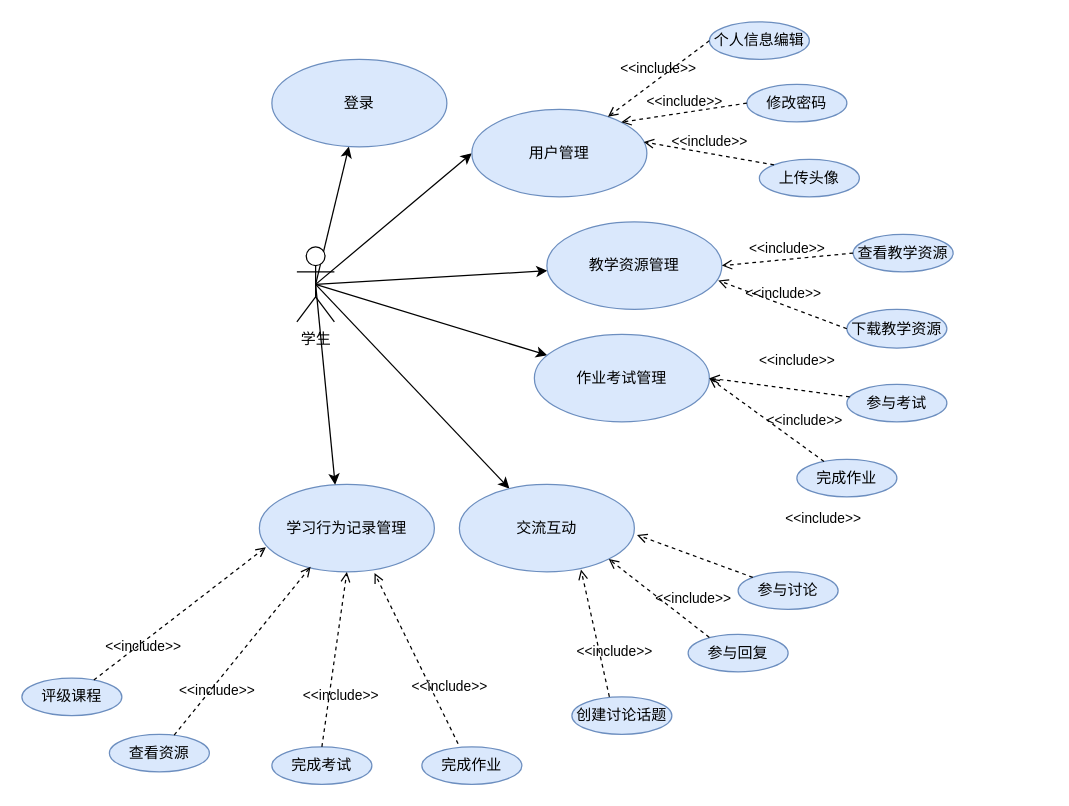
Earlier version of the draw.io diagram Untitled Diagram.drawio (ytrLove/text_repo). Source tidied: cells renumbered, new cells numbered last; positions are measured from the earlier drawing's top-left corner, leaving out a move shared by most shapes. Both pictures are drawn from the tidied source at 125%, with x=0, y=0 at pixel (21, 21).
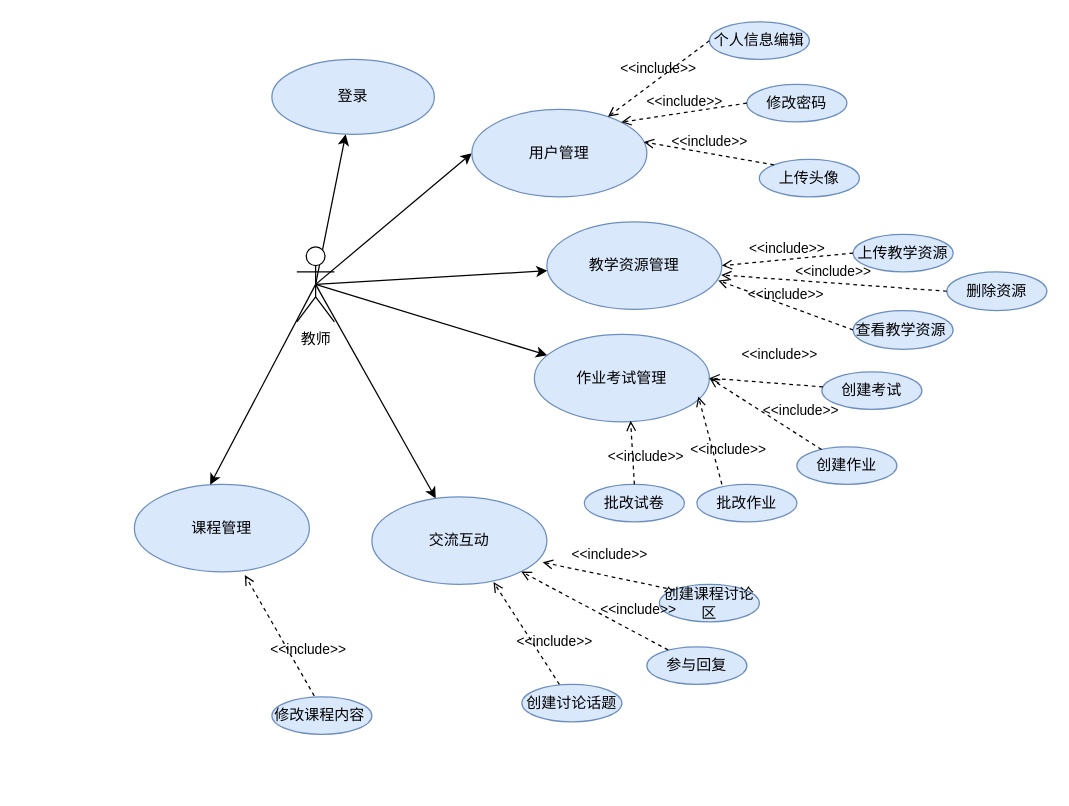
The same page after the edit.

Unchanged cells that the change refers to:
```xml
<mxCell id="10" value="教学资源管理" style="ellipse;whiteSpace=wrap;html=1;strokeColor=#6c8ebf;fillColor=#dae8fc;" parent="1" vertex="1">
  <mxGeometry x="420" y="160" width="140" height="70" as="geometry" />
</mxCell>
<mxCell id="11" value="作业考试管理" style="ellipse;whiteSpace=wrap;html=1;strokeColor=#6c8ebf;fillColor=#dae8fc;" parent="1" vertex="1">
  <mxGeometry x="410" y="250" width="140" height="70" as="geometry" />
</mxCell>
```

What changed in the source:
```diff
@@
-    <mxCell id="7" value="学生&lt;div&gt;&lt;br&gt;&lt;/div&gt;" style="shape=umlActor;verticalLabelPosition=bottom;verticalAlign=top;html=1;" parent="1" vertex="1">
+    <mxCell id="7" value="&lt;div&gt;教师&lt;/div&gt;" style="shape=umlActor;verticalLabelPosition=bottom;verticalAlign=top;html=1;" parent="1" vertex="1">
       <mxGeometry x="220" y="180" width="30" height="60" as="geometry" />
     </mxCell>
     <mxCell id="8" value="登录" style="ellipse;whiteSpace=wrap;html=1;fillColor=#dae8fc;strokeColor=#6c8ebf;" parent="1" vertex="1">
-      <mxGeometry x="200" y="30" width="140" height="70" as="geometry" />
+      <mxGeometry x="200" y="30" width="130" height="60" as="geometry" />
     </mxCell>
@@
     <mxCell id="12" value="交流互动" style="ellipse;whiteSpace=wrap;html=1;strokeColor=#6c8ebf;fillColor=#dae8fc;" parent="1" vertex="1">
-      <mxGeometry x="350" y="370" width="140" height="70" as="geometry" />
+      <mxGeometry x="280" y="380" width="140" height="70" as="geometry" />
     </mxCell>
-    <mxCell id="13" value="学习行为记录管理" style="ellipse;whiteSpace=wrap;html=1;strokeColor=#6c8ebf;fillColor=#dae8fc;" parent="1" vertex="1">
-      <mxGeometry x="190" y="370" width="140" height="70" as="geometry" />
+    <mxCell id="13" value="课程管理" style="ellipse;whiteSpace=wrap;html=1;strokeColor=#6c8ebf;fillColor=#dae8fc;" parent="1" vertex="1">
+      <mxGeometry x="90" y="370" width="140" height="70" as="geometry" />
     </mxCell>
@@
-    <mxCell id="22" value="查看教学资源" style="ellipse;whiteSpace=wrap;html=1;fillColor=#dae8fc;strokeColor=#6c8ebf;" parent="1" vertex="1">
+    <mxCell id="22" value="上传教学资源" style="ellipse;whiteSpace=wrap;html=1;fillColor=#dae8fc;strokeColor=#6c8ebf;" parent="1" vertex="1">
       <mxGeometry x="665" y="170" width="80" height="30" as="geometry" />
     </mxCell>
-    <mxCell id="23" value="下载教学资源" style="ellipse;whiteSpace=wrap;html=1;fillColor=#dae8fc;strokeColor=#6c8ebf;" parent="1" vertex="1">
-      <mxGeometry x="660" y="230" width="80" height="31" as="geometry" />
+    <mxCell id="23" value="&lt;div&gt;&lt;br&gt;&lt;/div&gt;查看教学资源&amp;nbsp; &amp;nbsp;&amp;nbsp;" style="ellipse;whiteSpace=wrap;html=1;fillColor=#dae8fc;strokeColor=#6c8ebf;" parent="1" vertex="1">
+      <mxGeometry x="665" y="231" width="80" height="31" as="geometry" />
     </mxCell>
-    <mxCell id="24" value="参与考试" style="ellipse;whiteSpace=wrap;html=1;strokeColor=#6c8ebf;fillColor=#dae8fc;" parent="1" vertex="1">
-      <mxGeometry x="660" y="290" width="80" height="30" as="geometry" />
+    <mxCell id="24" value="创建考试" style="ellipse;whiteSpace=wrap;html=1;strokeColor=#6c8ebf;fillColor=#dae8fc;" parent="1" vertex="1">
+      <mxGeometry x="640" y="280" width="80" height="30" as="geometry" />
     </mxCell>
@@
-    <mxCell id="27" value="完成作业" style="ellipse;whiteSpace=wrap;html=1;strokeColor=#6c8ebf;fillColor=#dae8fc;" parent="1" vertex="1">
-      <mxGeometry x="620" y="350" width="80" height="30" as="geometry" />
+    <mxCell id="27" value="创建作业" style="ellipse;whiteSpace=wrap;html=1;strokeColor=#6c8ebf;fillColor=#dae8fc;" parent="1" vertex="1">
+      <mxGeometry x="620" y="340" width="80" height="30" as="geometry" />
     </mxCell>
-    <mxCell id="28" value="参与讨论" style="ellipse;whiteSpace=wrap;html=1;strokeColor=#6c8ebf;fillColor=#dae8fc;" parent="1" vertex="1">
-      <mxGeometry x="573" y="440" width="80" height="30" as="geometry" />
+    <mxCell id="28" value="创建课程讨论区" style="ellipse;whiteSpace=wrap;html=1;strokeColor=#6c8ebf;fillColor=#dae8fc;" parent="1" vertex="1">
+      <mxGeometry x="510" y="450" width="80" height="30" as="geometry" />
     </mxCell>
@@
     <mxCell id="31" value="参与回复" style="ellipse;whiteSpace=wrap;html=1;strokeColor=#6c8ebf;fillColor=#dae8fc;" parent="1" vertex="1">
-      <mxGeometry x="533" y="490" width="80" height="30" as="geometry" />
+      <mxGeometry x="500" y="500" width="80" height="30" as="geometry" />
     </mxCell>
     <mxCell id="32" value="创建讨论话题" style="ellipse;whiteSpace=wrap;html=1;strokeColor=#6c8ebf;fillColor=#dae8fc;" parent="1" vertex="1">
-      <mxGeometry x="440" y="540" width="80" height="30" as="geometry" />
+      <mxGeometry x="400" y="530" width="80" height="30" as="geometry" />
     </mxCell>
-    <mxCell id="33" value="&amp;lt;&amp;lt;include&amp;gt;&amp;gt;" style="html=1;verticalAlign=bottom;labelBackgroundColor=none;endArrow=open;endFill=0;dashed=1;rounded=0;entryX=1.015;entryY=0.578;entryDx=0;entryDy=0;entryPerimeter=0;exitX=0;exitY=0;exitDx=0;exitDy=0;" parent="1" edge="1" source="28" target="12">
-      <mxGeometry x="-1" y="-74" relative="1" as="geometry">
-        <mxPoint x="31" y="31" as="offset" />
-      </mxGeometry>
+    <mxCell id="33" value="&amp;lt;&amp;lt;include&amp;gt;&amp;gt;" style="html=1;verticalAlign=bottom;labelBackgroundColor=none;endArrow=open;endFill=0;dashed=1;rounded=0;entryX=0.976;entryY=0.748;entryDx=0;entryDy=0;entryPerimeter=0;exitX=0;exitY=0;exitDx=0;exitDy=0;" parent="1" edge="1" source="28" target="12">
+      <mxGeometry x="0.02" y="-8" relative="1" as="geometry" />
     </mxCell>
@@
-    <mxCell id="36" value="完成考试" style="ellipse;whiteSpace=wrap;html=1;fillColor=#dae8fc;strokeColor=#6c8ebf;" parent="1" vertex="1">
-      <mxGeometry x="200" y="580" width="80" height="30" as="geometry" />
-    </mxCell>
-    <mxCell id="37" value="完成作业" style="ellipse;whiteSpace=wrap;html=1;fillColor=#dae8fc;strokeColor=#6c8ebf;" parent="1" vertex="1">
-      <mxGeometry x="320" y="580" width="80" height="30" as="geometry" />
-    </mxCell>
-    <mxCell id="38" value="查看资源" style="ellipse;whiteSpace=wrap;html=1;fillColor=#dae8fc;strokeColor=#6c8ebf;" parent="1" vertex="1">
-      <mxGeometry x="70" y="570" width="80" height="30" as="geometry" />
+    <mxCell id="38" value="修改课程内容&amp;nbsp;" style="ellipse;whiteSpace=wrap;html=1;fillColor=#dae8fc;strokeColor=#6c8ebf;" parent="1" vertex="1">
+      <mxGeometry x="200" y="540" width="80" height="30" as="geometry" />
     </mxCell>
-    <mxCell id="39" value="评级课程" style="ellipse;whiteSpace=wrap;html=1;fillColor=#dae8fc;strokeColor=#6c8ebf;" parent="1" vertex="1">
-      <mxGeometry y="525" width="80" height="30" as="geometry" />
-    </mxCell>
-    <mxCell id="40" value="&amp;lt;&amp;lt;include&amp;gt;&amp;gt;" style="html=1;verticalAlign=bottom;labelBackgroundColor=none;endArrow=open;endFill=0;dashed=1;rounded=0;entryX=0.658;entryY=1.013;entryDx=0;entryDy=0;exitX=0.362;exitY=-0.084;exitDx=0;exitDy=0;exitPerimeter=0;entryPerimeter=0;" parent="1" edge="1" source="37" target="13">
-      <mxGeometry x="-0.52" y="-10" relative="1" as="geometry" />
-    </mxCell>
-    <mxCell id="41" value="&amp;lt;&amp;lt;include&amp;gt;&amp;gt;" style="html=1;verticalAlign=bottom;labelBackgroundColor=none;endArrow=open;endFill=0;dashed=1;rounded=0;entryX=0.5;entryY=1;entryDx=0;entryDy=0;exitX=0.5;exitY=0;exitDx=0;exitDy=0;" parent="1" edge="1" source="36" target="13">
-      <mxGeometry x="-0.52" y="-10" relative="1" as="geometry" />
-    </mxCell>
-    <mxCell id="42" value="&amp;lt;&amp;lt;include&amp;gt;&amp;gt;" style="html=1;verticalAlign=bottom;labelBackgroundColor=none;endArrow=open;endFill=0;dashed=1;rounded=0;entryX=0.293;entryY=0.941;entryDx=0;entryDy=0;exitX=0.648;exitY=0.02;exitDx=0;exitDy=0;entryPerimeter=0;exitPerimeter=0;" parent="1" edge="1" source="38" target="13">
+    <mxCell id="42" value="&amp;lt;&amp;lt;include&amp;gt;&amp;gt;" style="html=1;verticalAlign=bottom;labelBackgroundColor=none;endArrow=open;endFill=0;dashed=1;rounded=0;entryX=0.631;entryY=1.036;entryDx=0;entryDy=0;exitX=0.424;exitY=-0.028;exitDx=0;exitDy=0;entryPerimeter=0;exitPerimeter=0;" parent="1" edge="1" source="38" target="13">
       <mxGeometry x="-0.52" y="-10" relative="1" as="geometry" />
     </mxCell>
-    <mxCell id="43" value="&amp;lt;&amp;lt;include&amp;gt;&amp;gt;" style="html=1;verticalAlign=bottom;labelBackgroundColor=none;endArrow=open;endFill=0;dashed=1;rounded=0;entryX=0.037;entryY=0.718;entryDx=0;entryDy=0;entryPerimeter=0;" parent="1" edge="1" source="39" target="13">
-      <mxGeometry x="-0.52" y="-10" relative="1" as="geometry" />
-    </mxCell>
+    <mxCell id="44" value="删除资源" style="ellipse;whiteSpace=wrap;html=1;fillColor=#dae8fc;strokeColor=#6c8ebf;" parent="1" vertex="1">
+      <mxGeometry x="740" y="200" width="80" height="31" as="geometry" />
+    </mxCell>
+    <mxCell id="45" value="&amp;lt;&amp;lt;include&amp;gt;&amp;gt;" style="html=1;verticalAlign=bottom;labelBackgroundColor=none;endArrow=open;endFill=0;dashed=1;rounded=0;exitX=0;exitY=0.5;exitDx=0;exitDy=0;entryX=0.996;entryY=0.607;entryDx=0;entryDy=0;entryPerimeter=0;" parent="1" edge="1" source="44" target="10">
+      <mxGeometry relative="1" as="geometry" />
+    </mxCell>
+    <mxCell id="46" value="批改作业" style="ellipse;whiteSpace=wrap;html=1;strokeColor=#6c8ebf;fillColor=#dae8fc;" parent="1" vertex="1">
+      <mxGeometry x="540" y="370" width="80" height="30" as="geometry" />
+    </mxCell>
+    <mxCell id="47" value="批改试卷" style="ellipse;whiteSpace=wrap;html=1;strokeColor=#6c8ebf;fillColor=#dae8fc;" parent="1" vertex="1">
+      <mxGeometry x="450" y="370" width="80" height="30" as="geometry" />
+    </mxCell>
+    <mxCell id="48" value="&amp;lt;&amp;lt;include&amp;gt;&amp;gt;" style="html=1;verticalAlign=bottom;labelBackgroundColor=none;endArrow=open;endFill=0;dashed=1;rounded=0;entryX=0.937;entryY=0.71;entryDx=0;entryDy=0;entryPerimeter=0;exitX=0.25;exitY=0;exitDx=0;exitDy=0;exitPerimeter=0;" parent="1" edge="1" source="46" target="11">
+      <mxGeometry x="-0.52" y="-10" relative="1" as="geometry" />
+    </mxCell>
+    <mxCell id="49" value="&amp;lt;&amp;lt;include&amp;gt;&amp;gt;" style="html=1;verticalAlign=bottom;labelBackgroundColor=none;endArrow=open;endFill=0;dashed=1;rounded=0;entryX=0.55;entryY=0.988;entryDx=0;entryDy=0;entryPerimeter=0;exitX=0.5;exitY=0;exitDx=0;exitDy=0;" parent="1" edge="1" source="47" target="11">
+      <mxGeometry x="-0.52" y="-10" relative="1" as="geometry" />
+    </mxCell>
```
